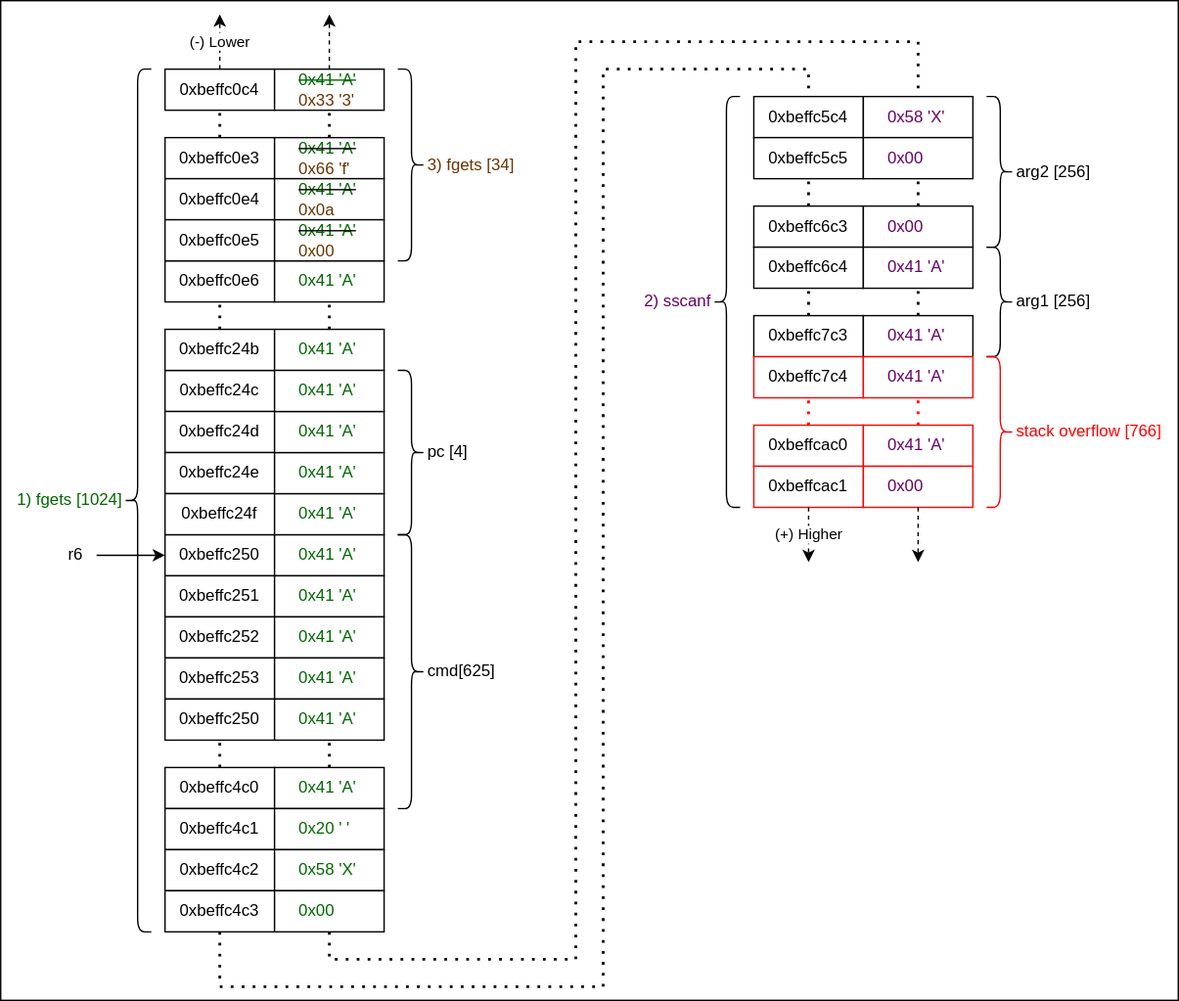
Before: images/Memory_Layout-PoV.svg, a diagram exported from draw.io (cyber-defence-campus/netgear_r6700v3_circled). Source tidied: cells renumbered, new cells last; positions are measured from the earlier drawing's top-left corner, leaving out a move shared by most shapes.
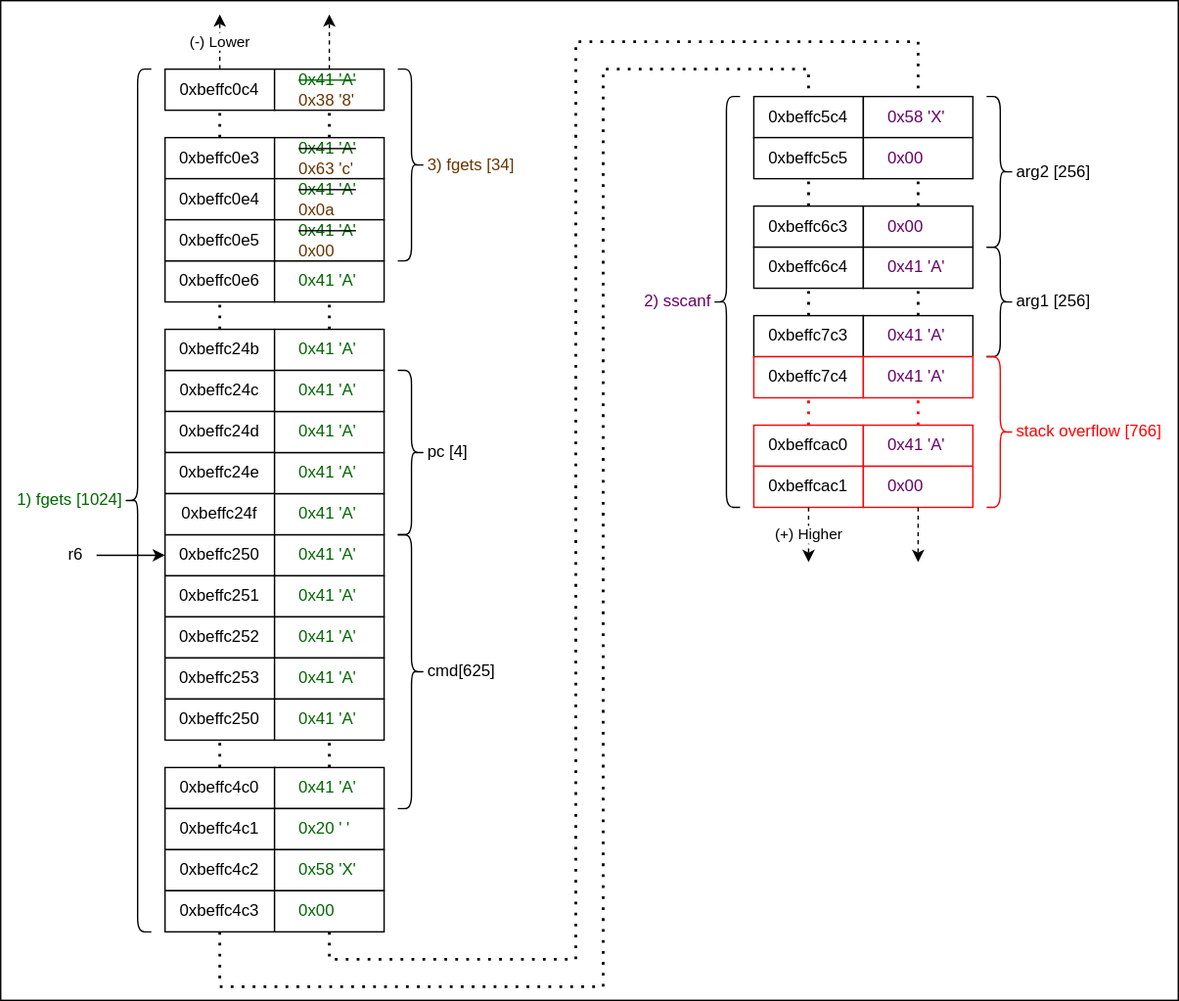
The same diagram one commit later.

What changed in the source:
```diff
@@ -34,10 +34,10 @@
     <mxCell id="10" value="0xbeffc0e3" style="rounded=0;whiteSpace=wrap;html=1;verticalAlign=middle;" parent="1" vertex="1">
       <mxGeometry x="120" y="100" width="80" height="30" as="geometry" />
     </mxCell>
-    <mxCell id="11" value="&lt;font color=&quot;#006600&quot;&gt;&lt;strike&gt;0x41 'A'&lt;/strike&gt;&lt;br&gt;&lt;/font&gt;&lt;font color=&quot;#663300&quot;&gt;0x33 '3'&lt;/font&gt;" style="rounded=0;whiteSpace=wrap;html=1;verticalAlign=middle;align=left;spacingLeft=16;" parent="1" vertex="1">
+    <mxCell id="11" value="&lt;font color=&quot;#006600&quot;&gt;&lt;strike&gt;0x41 'A'&lt;/strike&gt;&lt;br&gt;&lt;/font&gt;&lt;font color=&quot;#663300&quot;&gt;0x38 '8'&lt;/font&gt;" style="rounded=0;whiteSpace=wrap;html=1;verticalAlign=middle;align=left;spacingLeft=16;" parent="1" vertex="1">
       <mxGeometry x="200" y="50" width="80" height="30" as="geometry" />
     </mxCell>
-    <mxCell id="12" value="&lt;strike&gt;&lt;font color=&quot;#006600&quot;&gt;0x41 'A'&lt;/font&gt;&lt;/strike&gt;&lt;br&gt;&lt;font color=&quot;#663300&quot;&gt;0x66 'f'&lt;br&gt;&lt;/font&gt;" style="rounded=0;whiteSpace=wrap;html=1;verticalAlign=middle;align=left;spacingLeft=16;" parent="1" vertex="1">
+    <mxCell id="12" value="&lt;strike&gt;&lt;font color=&quot;#006600&quot;&gt;0x41 'A'&lt;/font&gt;&lt;/strike&gt;&lt;br&gt;&lt;font color=&quot;#663300&quot;&gt;0x63 'c'&lt;br&gt;&lt;/font&gt;" style="rounded=0;whiteSpace=wrap;html=1;verticalAlign=middle;align=left;spacingLeft=16;" parent="1" vertex="1">
       <mxGeometry x="200" y="100" width="80" height="30" as="geometry" />
     </mxCell>
     <mxCell id="13" style="endArrow=none;dashed=1;html=1;dashPattern=1 3;strokeWidth=2;rounded=0;entryX=0.5;entryY=1;entryDx=0;entryDy=0;exitX=0.5;exitY=0;exitDx=0;exitDy=0;" parent="1" edge="1" source="10" target="9">
```
